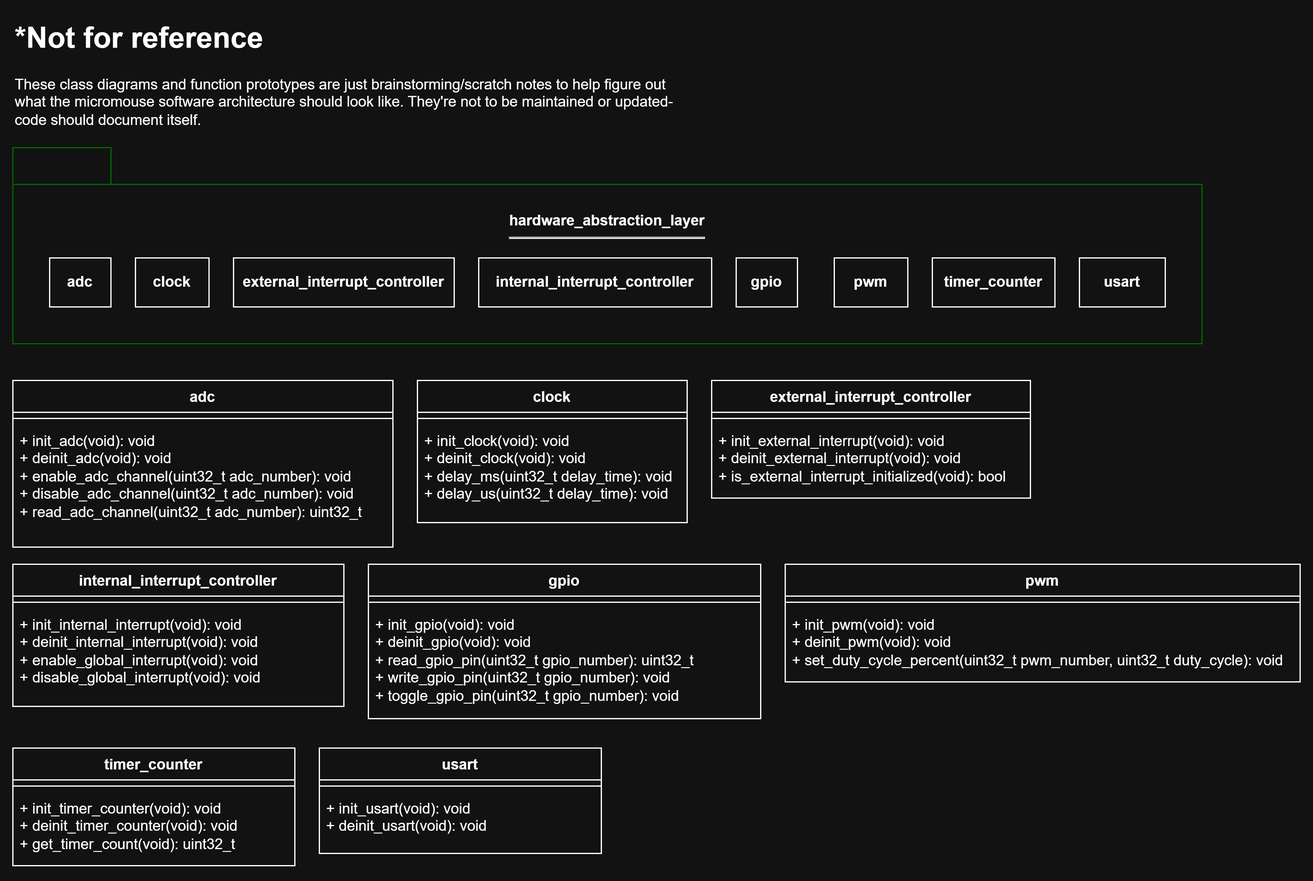
This is software-architecture/_images/hardware_abstraction_layer.drawio.png from Mouse-Unit-07/sketches, a draw.io export, as it was before one commit. Source tidied: cells renumbered, new cells last; positions are measured from the earlier drawing's top-left corner, leaving out a move shared by most shapes.
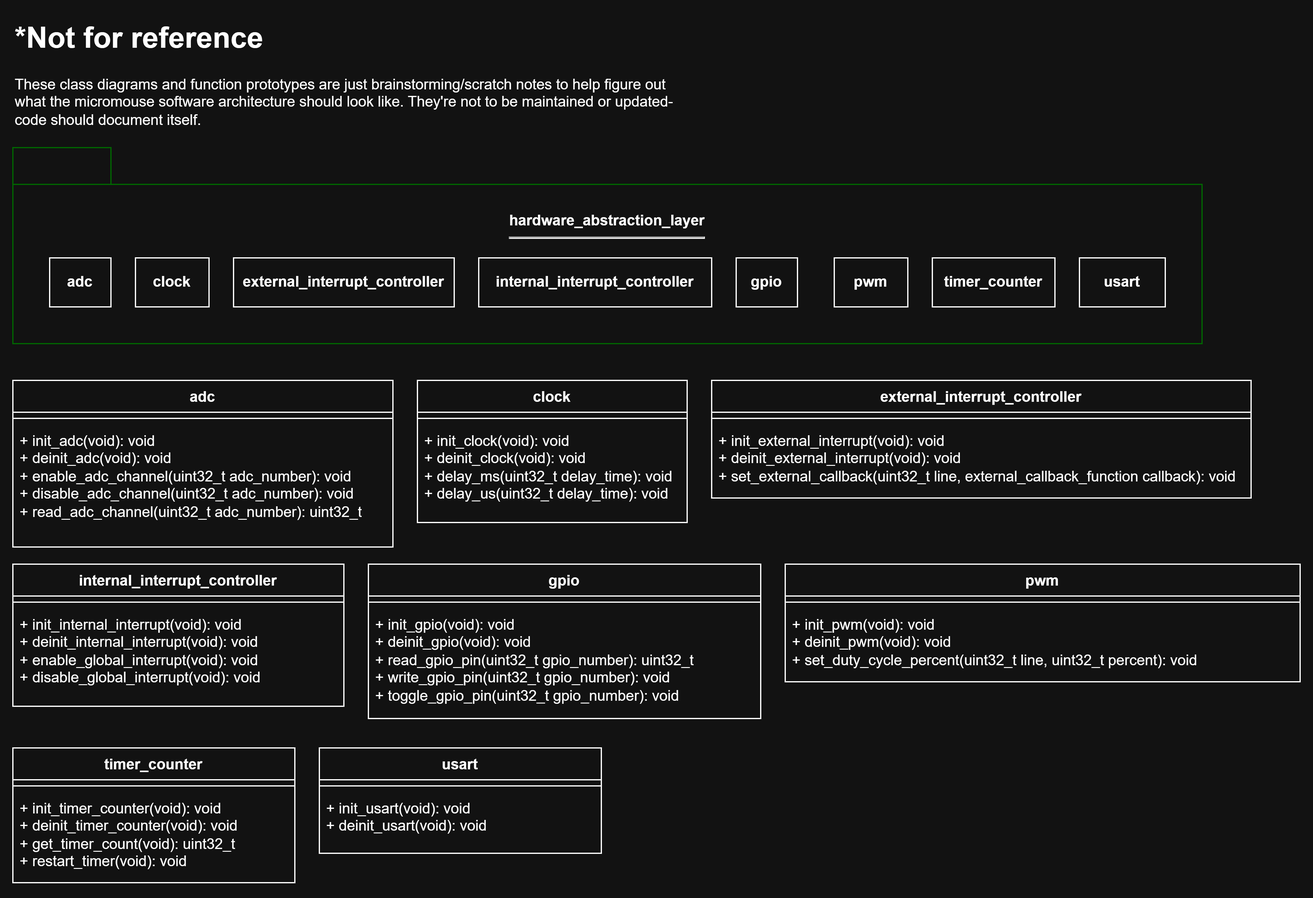
After the change.

Commit message:
docs: remove initialization glue and processor layer in software architecture

The edit, as a diff of the source:
```diff
@@ -51,13 +51,13 @@
       <mxGeometry y="36" width="220" height="80" as="geometry" />
     </mxCell>
     <mxCell id="18" value="external_interrupt_controller" style="swimlane;fontStyle=1;align=center;verticalAlign=top;horizontal=1;startSize=26;whiteSpace=wrap;html=1;" parent="1" vertex="1">
-      <mxGeometry x="570" y="300" width="260" height="96" as="geometry" />
+      <mxGeometry x="570" y="300" width="440" height="96" as="geometry" />
     </mxCell>
     <mxCell id="19" style="line;strokeWidth=1;fillColor=none;align=left;verticalAlign=middle;spacingTop=-1;spacingLeft=3;spacingRight=3;labelPosition=right;strokeColor=inherit;" parent="18" vertex="1">
-      <mxGeometry y="26" width="260" height="10" as="geometry" />
+      <mxGeometry y="26" width="440" height="10" as="geometry" />
     </mxCell>
-    <mxCell id="20" value="+ init_external_interrupt(void): void&lt;div&gt;+ deinit_external_interrupt(void): void&lt;/div&gt;&lt;div&gt;+ is_external_interrupt_initialized(void): bool&lt;/div&gt;" style="text;strokeColor=none;fillColor=none;align=left;verticalAlign=top;spacingLeft=4;spacingRight=4;overflow=hidden;whiteSpace=wrap;html=1;" parent="18" vertex="1">
-      <mxGeometry y="36" width="260" height="60" as="geometry" />
+    <mxCell id="20" value="+ init_external_interrupt(void): void&lt;div&gt;+ deinit_external_interrupt(void): void&lt;/div&gt;&lt;div&gt;+ set_external_callback(&lt;span style=&quot;background-color: transparent;&quot;&gt;uint32_t line,&amp;nbsp;&lt;/span&gt;&lt;span style=&quot;background-color: transparent; color: light-dark(rgb(0, 0, 0), rgb(255, 255, 255));&quot;&gt;external_callback_function callback&lt;/span&gt;&lt;span style=&quot;background-color: transparent; color: light-dark(rgb(0, 0, 0), rgb(255, 255, 255));&quot;&gt;): void&lt;/span&gt;&lt;/div&gt;" style="text;strokeColor=none;fillColor=none;align=left;verticalAlign=top;spacingLeft=4;spacingRight=4;overflow=hidden;whiteSpace=wrap;html=1;" parent="18" vertex="1">
+      <mxGeometry y="36" width="440" height="60" as="geometry" />
     </mxCell>
     <mxCell id="21" value="internal_interrupt_controller" style="swimlane;fontStyle=1;align=center;verticalAlign=top;horizontal=1;startSize=26;whiteSpace=wrap;html=1;" parent="1" vertex="1">
       <mxGeometry y="450" width="270" height="116" as="geometry" />
@@ -83,17 +83,17 @@
     <mxCell id="28" style="line;strokeWidth=1;fillColor=none;align=left;verticalAlign=middle;spacingTop=-1;spacingLeft=3;spacingRight=3;labelPosition=right;strokeColor=inherit;" parent="27" vertex="1">
       <mxGeometry y="26" width="420" height="10" as="geometry" />
     </mxCell>
-    <mxCell id="29" value="+ init_pwm(void): void&lt;div&gt;+ deinit_pwm(void): void&lt;br&gt;&lt;div&gt;+ set_duty_cycle_percent(uint32_t pwm_number, uint32_t duty_cycle): void&lt;/div&gt;&lt;/div&gt;" style="text;strokeColor=none;fillColor=none;align=left;verticalAlign=top;spacingLeft=4;spacingRight=4;overflow=hidden;whiteSpace=wrap;html=1;" parent="27" vertex="1">
+    <mxCell id="29" value="+ init_pwm(void): void&lt;div&gt;+ deinit_pwm(void): void&lt;br&gt;&lt;div&gt;+ set_duty_cycle_percent(uint32_t line, uint32_t percent): void&lt;/div&gt;&lt;/div&gt;" style="text;strokeColor=none;fillColor=none;align=left;verticalAlign=top;spacingLeft=4;spacingRight=4;overflow=hidden;whiteSpace=wrap;html=1;" parent="27" vertex="1">
       <mxGeometry y="36" width="420" height="60" as="geometry" />
     </mxCell>
     <mxCell id="30" value="timer_counter" style="swimlane;fontStyle=1;align=center;verticalAlign=top;horizontal=1;startSize=26;whiteSpace=wrap;html=1;" parent="1" vertex="1">
-      <mxGeometry y="600" width="230" height="96" as="geometry" />
+      <mxGeometry y="600" width="230" height="110" as="geometry" />
     </mxCell>
     <mxCell id="31" style="line;strokeWidth=1;fillColor=none;align=left;verticalAlign=middle;spacingTop=-1;spacingLeft=3;spacingRight=3;labelPosition=right;strokeColor=inherit;" parent="30" vertex="1">
       <mxGeometry y="26" width="230" height="10" as="geometry" />
     </mxCell>
-    <mxCell id="32" value="+ init_timer_counter(void): void&lt;div&gt;+ deinit_timer_counter(void): void&lt;/div&gt;&lt;div&gt;+ get_timer_count(void): uint32_t&lt;/div&gt;" style="text;strokeColor=none;fillColor=none;align=left;verticalAlign=top;spacingLeft=4;spacingRight=4;overflow=hidden;whiteSpace=wrap;html=1;" parent="30" vertex="1">
-      <mxGeometry y="36" width="230" height="60" as="geometry" />
+    <mxCell id="32" value="+ init_timer_counter(void): void&lt;div&gt;+ deinit_timer_counter(void): void&lt;/div&gt;&lt;div&gt;+ get_timer_count(void): uint32_t&lt;/div&gt;&lt;div&gt;+ restart_timer(void): void&lt;/div&gt;" style="text;strokeColor=none;fillColor=none;align=left;verticalAlign=top;spacingLeft=4;spacingRight=4;overflow=hidden;whiteSpace=wrap;html=1;" parent="30" vertex="1">
+      <mxGeometry y="36" width="230" height="74" as="geometry" />
     </mxCell>
     <mxCell id="33" value="usart" style="swimlane;fontStyle=1;align=center;verticalAlign=top;horizontal=1;startSize=26;whiteSpace=wrap;html=1;" parent="1" vertex="1">
       <mxGeometry x="250" y="600" width="230" height="86" as="geometry" />
```
